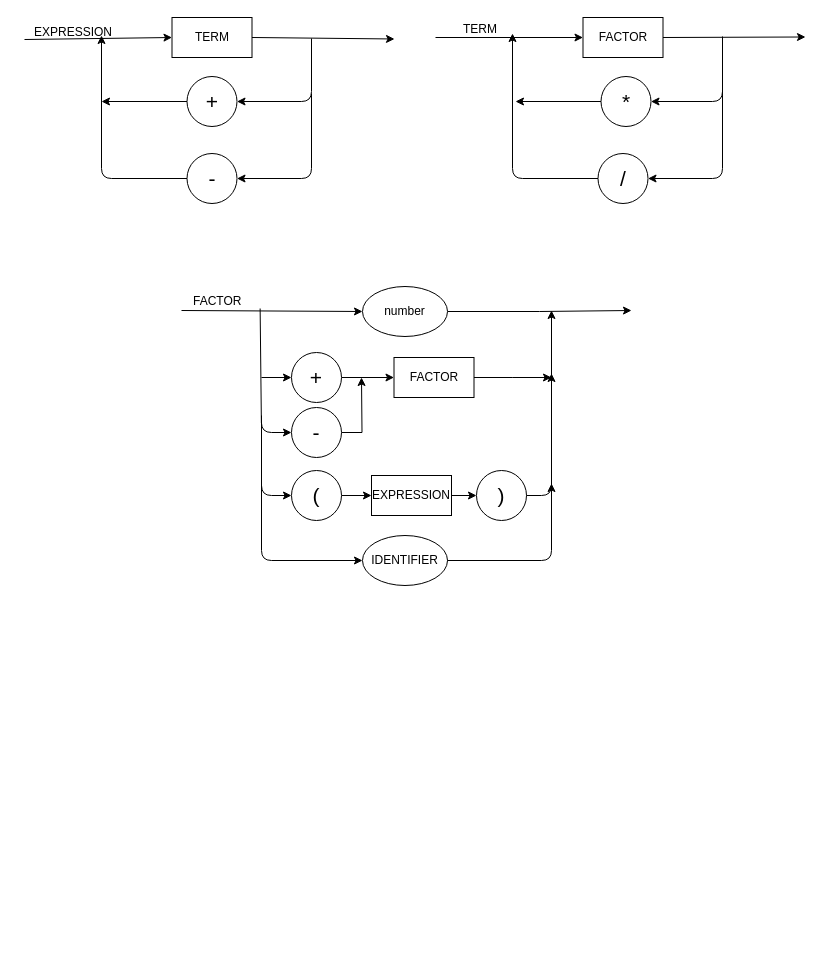
Before: diagrama-sintatico.drawio in GiuPassarelli/LogicaComp, a draw.io diagram. Source tidied: cells renumbered, new cells numbered last; positions are measured from the earlier drawing's top-left corner, leaving out a move shared by most shapes. Both pictures are drawn from the tidied source at 100%, with x=0, y=0 at pixel (24, 17).
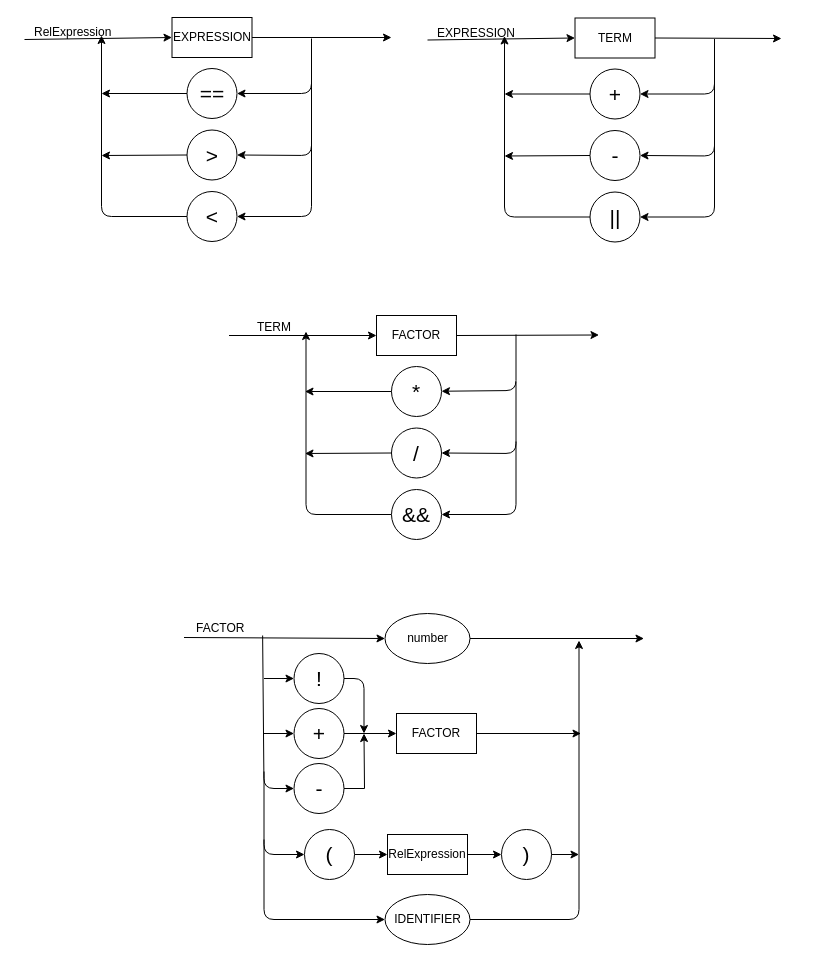
The same diagram, later.

Change to the diagram source:
```diff
@@
-    <mxCell id="2" style="edgeStyle=orthogonalEdgeStyle;rounded=0;jettySize=auto;html=1;exitX=1;exitY=0.5;exitDx=0;exitDy=0;" parent="1" edge="1" source="3">
-      <mxGeometry relative="1" as="geometry">
-        <mxPoint x="607" y="293" as="targetPoint" />
-      </mxGeometry>
-    </mxCell>
     <mxCell id="3" value="number" style="ellipse;whiteSpace=wrap;html=1;" parent="1" vertex="1">
-      <mxGeometry x="338" y="269" width="85" height="50" as="geometry" />
+      <mxGeometry x="360.5" y="596" width="85" height="50" as="geometry" />
     </mxCell>
-    <mxCell id="4" style="endArrow=classic;html=1;entryX=0;entryY=0.5;entryDx=0;entryDy=0;" parent="1" edge="1" target="23">
-      <mxGeometry relative="1" as="geometry">
-        <mxPoint x="411" y="20" as="sourcePoint" />
-      </mxGeometry>
-    </mxCell>
-    <mxCell id="5" style="endArrow=classic;html=1;entryX=0;entryY=0.5;entryDx=0;entryDy=0;exitX=1;exitY=0.5;exitDx=0;exitDy=0;" parent="1" edge="1" source="23">
-      <mxGeometry relative="1" as="geometry">
-        <mxPoint x="781" y="19.5" as="targetPoint" />
-      </mxGeometry>
-    </mxCell>
-    <mxCell id="6" style="endArrow=classic;html=1;" parent="1" edge="1" target="7">
-      <mxGeometry relative="1" as="geometry">
-        <mxPoint x="698" y="19" as="sourcePoint" />
-        <Array as="points">
-          <mxPoint x="698" y="84" />
-        </Array>
-      </mxGeometry>
-    </mxCell>
-    <mxCell id="7" value="&lt;div style=&quot;text-align: justify&quot;&gt;&lt;span&gt;&lt;font style=&quot;font-size: 21px&quot;&gt;*&lt;/font&gt;&lt;/span&gt;&lt;/div&gt;" style="ellipse;whiteSpace=wrap;html=1;" parent="1" vertex="1">
-      <mxGeometry x="576.5" y="59" width="50" height="50" as="geometry" />
-    </mxCell>
-    <mxCell id="8" value="&lt;div style=&quot;text-align: justify&quot;&gt;&lt;span&gt;&lt;font style=&quot;font-size: 21px&quot;&gt;/&lt;/font&gt;&lt;/span&gt;&lt;/div&gt;" style="ellipse;whiteSpace=wrap;html=1;" parent="1" vertex="1">
-      <mxGeometry x="573.5" y="136" width="50" height="50" as="geometry" />
-    </mxCell>
-    <mxCell id="9" style="endArrow=classic;html=1;entryX=1;entryY=0.5;entryDx=0;entryDy=0;" parent="1" edge="1" target="8">
-      <mxGeometry relative="1" as="geometry">
-        <mxPoint x="698" y="66" as="sourcePoint" />
-        <Array as="points">
-          <mxPoint x="698" y="161" />
-        </Array>
-      </mxGeometry>
-    </mxCell>
-    <mxCell id="10" style="endArrow=classic;html=1;exitX=0;exitY=0.5;exitDx=0;exitDy=0;" parent="1" edge="1" source="8">
-      <mxGeometry relative="1" as="geometry">
-        <mxPoint x="488" y="16" as="targetPoint" />
-        <Array as="points">
-          <mxPoint x="488" y="161" />
-        </Array>
-      </mxGeometry>
-    </mxCell>
-    <mxCell id="11" style="endArrow=classic;html=1;exitX=0;exitY=0.5;exitDx=0;exitDy=0;" parent="1" edge="1" source="7">
-      <mxGeometry relative="1" as="geometry">
-        <mxPoint x="491" y="84" as="targetPoint" />
-      </mxGeometry>
-    </mxCell>
@@
-    <mxCell id="13" style="endArrow=classic;html=1;entryX=0;entryY=0.5;entryDx=0;entryDy=0;exitX=1;exitY=0.5;exitDx=0;exitDy=0;" parent="1" edge="1" source="22">
+    <mxCell id="13" style="endArrow=classic;html=1;exitX=1;exitY=0.5;exitDx=0;exitDy=0;" parent="1" edge="1" source="22">
       <mxGeometry relative="1" as="geometry">
-        <mxPoint x="370" y="21.5" as="targetPoint" />
+        <mxPoint x="367" y="20" as="targetPoint" />
       </mxGeometry>
     </mxCell>
     <mxCell id="14" style="endArrow=classic;html=1;" parent="1" edge="1" target="15">
       <mxGeometry relative="1" as="geometry">
         <mxPoint x="287" y="21" as="sourcePoint" />
         <Array as="points">
-          <mxPoint x="287" y="84" />
+          <mxPoint x="287" y="76" />
         </Array>
       </mxGeometry>
     </mxCell>
-    <mxCell id="15" value="&lt;div style=&quot;text-align: justify&quot;&gt;&lt;span&gt;&lt;font style=&quot;font-size: 21px&quot;&gt;+&lt;/font&gt;&lt;/span&gt;&lt;/div&gt;" style="ellipse;whiteSpace=wrap;html=1;" parent="1" vertex="1">
-      <mxGeometry x="162.5" y="59" width="50" height="50" as="geometry" />
+    <mxCell id="15" value="&lt;div style=&quot;text-align: justify&quot;&gt;&lt;span&gt;&lt;font style=&quot;font-size: 21px&quot;&gt;==&lt;/font&gt;&lt;/span&gt;&lt;/div&gt;" style="ellipse;whiteSpace=wrap;html=1;" parent="1" vertex="1">
+      <mxGeometry x="162.5" y="51" width="50" height="50" as="geometry" />
     </mxCell>
-    <mxCell id="16" value="&lt;div style=&quot;text-align: justify&quot;&gt;&lt;span&gt;&lt;font style=&quot;font-size: 21px&quot;&gt;-&lt;/font&gt;&lt;/span&gt;&lt;/div&gt;" style="ellipse;whiteSpace=wrap;html=1;" parent="1" vertex="1">
-      <mxGeometry x="162.5" y="136" width="50" height="50" as="geometry" />
+    <mxCell id="16" value="&lt;div style=&quot;text-align: justify&quot;&gt;&lt;span&gt;&lt;font style=&quot;font-size: 21px&quot;&gt;&amp;gt;&lt;/font&gt;&lt;/span&gt;&lt;/div&gt;" style="ellipse;whiteSpace=wrap;html=1;" parent="1" vertex="1">
+      <mxGeometry x="162.5" y="112.5" width="50" height="50" as="geometry" />
     </mxCell>
     <mxCell id="17" style="endArrow=classic;html=1;entryX=1;entryY=0.5;entryDx=0;entryDy=0;" parent="1" edge="1" target="16">
       <mxGeometry relative="1" as="geometry">
-        <mxPoint x="287" y="76" as="sourcePoint" />
+        <mxPoint x="287" y="56" as="sourcePoint" />
         <Array as="points">
-          <mxPoint x="287" y="161" />
+          <mxPoint x="287" y="138" />
         </Array>
       </mxGeometry>
     </mxCell>
-    <mxCell id="18" style="endArrow=classic;html=1;exitX=0;exitY=0.5;exitDx=0;exitDy=0;" parent="1" edge="1" source="16">
+    <mxCell id="18" style="endArrow=classic;html=1;exitX=0;exitY=0.5;exitDx=0;exitDy=0;" parent="1" edge="1" source="46">
       <mxGeometry relative="1" as="geometry">
         <mxPoint x="77" y="18" as="targetPoint" />
         <Array as="points">
-          <mxPoint x="77" y="161" />
+          <mxPoint x="77" y="199" />
         </Array>
       </mxGeometry>
     </mxCell>
     <mxCell id="19" style="endArrow=classic;html=1;exitX=0;exitY=0.5;exitDx=0;exitDy=0;" parent="1" edge="1" source="15">
       <mxGeometry relative="1" as="geometry">
-        <mxPoint x="77" y="84" as="targetPoint" />
+        <mxPoint x="77" y="76" as="targetPoint" />
       </mxGeometry>
     </mxCell>
-    <mxCell id="20" value="EXPRESSION" style="text;html=1;align=left;verticalAlign=top;spacingTop=-4;" parent="1" vertex="1">
+    <mxCell id="20" value="RelExpression" style="text;html=1;align=left;verticalAlign=top;spacingTop=-4;" parent="1" vertex="1">
       <mxGeometry x="8" y="5" width="90" height="20" as="geometry" />
     </mxCell>
-    <mxCell id="21" value="TERM" style="text;html=1;align=left;verticalAlign=top;spacingTop=-4;" parent="1" vertex="1">
-      <mxGeometry x="437" y="2" width="50" height="20" as="geometry" />
-    </mxCell>
-    <mxCell id="22" value="TERM" style="rounded=0;whiteSpace=wrap;html=1;" parent="1" vertex="1">
+    <mxCell id="22" value="EXPRESSION" style="rounded=0;whiteSpace=wrap;html=1;" parent="1" vertex="1">
       <mxGeometry x="147.5" width="80" height="40" as="geometry" />
     </mxCell>
-    <mxCell id="23" value="FACTOR" style="rounded=0;whiteSpace=wrap;html=1;" parent="1" vertex="1">
-      <mxGeometry x="558.5" width="80" height="40" as="geometry" />
-    </mxCell>
     <mxCell id="24" style="endArrow=classic;html=1;entryX=0;entryY=0.5;entryDx=0;entryDy=0;" parent="1" edge="1" target="3">
       <mxGeometry relative="1" as="geometry">
-        <mxPoint x="157" y="293" as="sourcePoint" />
+        <mxPoint x="159.5" y="620" as="sourcePoint" />
       </mxGeometry>
     </mxCell>
     <mxCell id="25" value="FACTOR" style="text;html=1;points=[];align=left;verticalAlign=top;spacingTop=-4;" parent="1" vertex="1">
-      <mxGeometry x="167" y="274" width="60" height="20" as="geometry" />
+      <mxGeometry x="169.5" y="601" width="60" height="20" as="geometry" />
     </mxCell>
-    <mxCell id="26" style="edgeStyle=orthogonalEdgeStyle;rounded=0;jettySize=auto;html=1;exitX=1;exitY=0.5;exitDx=0;exitDy=0;" parent="1" edge="1" source="27">
-      <mxGeometry relative="1" as="geometry">
-        <mxPoint x="527" y="360" as="targetPoint" />
-      </mxGeometry>
-    </mxCell>
     <mxCell id="27" value="FACTOR" style="rounded=0;whiteSpace=wrap;html=1;" parent="1" vertex="1">
-      <mxGeometry x="369.5" y="340" width="80" height="40" as="geometry" />
+      <mxGeometry x="372" y="696" width="80" height="40" as="geometry" />
     </mxCell>
@@
-    <mxCell id="29" value="EXPRESSION" style="rounded=0;whiteSpace=wrap;html=1;" parent="1" vertex="1">
-      <mxGeometry x="347" y="458" width="80" height="40" as="geometry" />
+    <mxCell id="29" value="RelExpression" style="rounded=0;whiteSpace=wrap;html=1;" parent="1" vertex="1">
+      <mxGeometry x="363" y="817" width="80" height="40" as="geometry" />
     </mxCell>
@@
     <mxCell id="31" value="&lt;div style=&quot;text-align: justify&quot;&gt;&lt;span&gt;&lt;font style=&quot;font-size: 21px&quot;&gt;+&lt;/font&gt;&lt;/span&gt;&lt;/div&gt;" style="ellipse;whiteSpace=wrap;html=1;" parent="1" vertex="1">
-      <mxGeometry x="267" y="335" width="50" height="50" as="geometry" />
+      <mxGeometry x="269.5" y="691" width="50" height="50" as="geometry" />
     </mxCell>
     <mxCell id="32" style="edgeStyle=orthogonalEdgeStyle;rounded=0;jettySize=auto;html=1;exitX=1;exitY=0.5;exitDx=0;exitDy=0;" parent="1" edge="1" source="33">
       <mxGeometry relative="1" as="geometry">
-        <mxPoint x="337" y="360" as="targetPoint" />
+        <mxPoint x="339.5" y="716" as="targetPoint" />
       </mxGeometry>
     </mxCell>
     <mxCell id="33" value="&lt;div style=&quot;text-align: justify&quot;&gt;&lt;span&gt;&lt;font style=&quot;font-size: 21px&quot;&gt;-&lt;/font&gt;&lt;/span&gt;&lt;/div&gt;" style="ellipse;whiteSpace=wrap;html=1;" parent="1" vertex="1">
-      <mxGeometry x="267" y="390" width="50" height="50" as="geometry" />
+      <mxGeometry x="269.5" y="746" width="50" height="50" as="geometry" />
     </mxCell>
@@
     <mxCell id="35" value="&lt;div style=&quot;text-align: justify&quot;&gt;&lt;span&gt;&lt;font style=&quot;font-size: 21px&quot;&gt;(&lt;/font&gt;&lt;/span&gt;&lt;/div&gt;" style="ellipse;whiteSpace=wrap;html=1;" parent="1" vertex="1">
-      <mxGeometry x="267" y="453" width="50" height="50" as="geometry" />
+      <mxGeometry x="280" y="812" width="50" height="50" as="geometry" />
     </mxCell>
-    <mxCell id="36" style="edgeStyle=orthogonalEdgeStyle;rounded=0;orthogonalLoop=1;jettySize=auto;html=1;" parent="1" edge="1">
-      <mxGeometry relative="1" as="geometry">
-        <mxPoint x="527" y="366" as="sourcePoint" />
-        <mxPoint x="527" y="293" as="targetPoint" />
-      </mxGeometry>
-    </mxCell>
     <mxCell id="37" value="&lt;div style=&quot;text-align: justify&quot;&gt;&lt;span&gt;&lt;font style=&quot;font-size: 21px&quot;&gt;)&lt;/font&gt;&lt;/span&gt;&lt;/div&gt;" style="ellipse;whiteSpace=wrap;html=1;" parent="1" vertex="1">
-      <mxGeometry x="452" y="453" width="50" height="50" as="geometry" />
+      <mxGeometry x="477" y="812" width="50" height="50" as="geometry" />
     </mxCell>
     <mxCell id="38" style="endArrow=classic;html=1;entryX=0;entryY=0.5;entryDx=0;entryDy=0;" parent="1" edge="1" target="31">
       <mxGeometry relative="1" as="geometry">
-        <mxPoint x="237" y="360" as="sourcePoint" />
+        <mxPoint x="239.5" y="716" as="sourcePoint" />
       </mxGeometry>
     </mxCell>
     <mxCell id="39" style="endArrow=classic;html=1;entryX=0;entryY=0.5;entryDx=0;entryDy=0;exitX=1.144;exitY=0.85;exitDx=0;exitDy=0;exitPerimeter=0;" parent="1" edge="1" source="25" target="33">
       <mxGeometry relative="1" as="geometry">
         <Array as="points">
-          <mxPoint x="237" y="415" />
+          <mxPoint x="239.5" y="771" />
         </Array>
       </mxGeometry>
     </mxCell>
     <mxCell id="40" style="endArrow=classic;html=1;entryX=0;entryY=0.5;entryDx=0;entryDy=0;" parent="1" edge="1" target="35">
       <mxGeometry relative="1" as="geometry">
-        <mxPoint x="237" y="398" as="sourcePoint" />
+        <mxPoint x="239.5" y="754" as="sourcePoint" />
         <Array as="points">
-          <mxPoint x="237" y="478" />
+          <mxPoint x="239.5" y="837" />
         </Array>
       </mxGeometry>
     </mxCell>
     <mxCell id="41" style="endArrow=classic;html=1;entryX=0;entryY=0.5;entryDx=0;entryDy=0;" parent="1" edge="1" target="43">
       <mxGeometry relative="1" as="geometry">
-        <mxPoint x="237" y="463" as="sourcePoint" />
+        <mxPoint x="239.5" y="822" as="sourcePoint" />
         <Array as="points">
-          <mxPoint x="237" y="543" />
+          <mxPoint x="239.5" y="902" />
         </Array>
       </mxGeometry>
     </mxCell>
-    <mxCell id="42" style="endArrow=classic;html=1;exitX=1;exitY=0.5;exitDx=0;exitDy=0;" parent="1" edge="1" source="37">
-      <mxGeometry relative="1" as="geometry">
-        <mxPoint x="527" y="356" as="targetPoint" />
-        <Array as="points">
-          <mxPoint x="527" y="478" />
-        </Array>
-      </mxGeometry>
-    </mxCell>
     <mxCell id="43" value="IDENTIFIER" style="ellipse;whiteSpace=wrap;html=1;" parent="1" vertex="1">
-      <mxGeometry x="338" y="518" width="85" height="50" as="geometry" />
+      <mxGeometry x="360.5" y="877" width="85" height="50" as="geometry" />
     </mxCell>
-    <mxCell id="44" style="endArrow=classic;html=1;exitX=1;exitY=0.5;exitDx=0;exitDy=0;" parent="1" edge="1" source="43">
-      <mxGeometry relative="1" as="geometry">
-        <mxPoint x="527" y="466" as="targetPoint" />
-        <Array as="points">
-          <mxPoint x="527" y="543" />
-        </Array>
-      </mxGeometry>
-    </mxCell>
+    <mxCell id="45" style="endArrow=classic;html=1;entryX=1;entryY=0.5;entryDx=0;entryDy=0;" parent="1" edge="1" target="46">
+      <mxGeometry relative="1" as="geometry">
+        <mxPoint x="287" y="122" as="sourcePoint" />
+        <Array as="points">
+          <mxPoint x="287" y="199" />
+        </Array>
+      </mxGeometry>
+    </mxCell>
+    <mxCell id="46" value="&lt;div style=&quot;text-align: justify&quot;&gt;&lt;span&gt;&lt;font style=&quot;font-size: 21px&quot;&gt;&amp;lt;&lt;/font&gt;&lt;/span&gt;&lt;/div&gt;" style="ellipse;whiteSpace=wrap;html=1;" parent="1" vertex="1">
+      <mxGeometry x="162.5" y="174" width="50" height="50" as="geometry" />
+    </mxCell>
+    <mxCell id="47" style="endArrow=classic;html=1;exitX=0;exitY=0.5;exitDx=0;exitDy=0;" parent="1" edge="1" source="16">
+      <mxGeometry relative="1" as="geometry">
+        <mxPoint x="77" y="138" as="targetPoint" />
+      </mxGeometry>
+    </mxCell>
+    <mxCell id="48" value="&lt;div style=&quot;text-align: justify&quot;&gt;&lt;span&gt;&lt;font style=&quot;font-size: 21px&quot;&gt;!&lt;/font&gt;&lt;/span&gt;&lt;/div&gt;" style="ellipse;whiteSpace=wrap;html=1;" parent="1" vertex="1">
+      <mxGeometry x="269.5" y="636" width="50" height="50" as="geometry" />
+    </mxCell>
+    <mxCell id="49" style="endArrow=classic;html=1;exitX=1;exitY=0.5;exitDx=0;exitDy=0;" parent="1" edge="1" source="3">
+      <mxGeometry relative="1" as="geometry">
+        <mxPoint x="619.5" y="621" as="targetPoint" />
+      </mxGeometry>
+    </mxCell>
+    <mxCell id="50" style="endArrow=classic;html=1;exitX=1;exitY=0.5;exitDx=0;exitDy=0;" parent="1" edge="1" source="43">
+      <mxGeometry relative="1" as="geometry">
+        <mxPoint x="554.5" y="623" as="targetPoint" />
+        <Array as="points">
+          <mxPoint x="554.5" y="902" />
+        </Array>
+      </mxGeometry>
+    </mxCell>
+    <mxCell id="51" style="endArrow=classic;html=1;exitX=1;exitY=0.5;exitDx=0;exitDy=0;" parent="1" edge="1" source="37">
+      <mxGeometry relative="1" as="geometry">
+        <mxPoint x="554.5" y="837" as="targetPoint" />
+      </mxGeometry>
+    </mxCell>
+    <mxCell id="52" style="endArrow=classic;html=1;exitX=1;exitY=0.5;exitDx=0;exitDy=0;" parent="1" edge="1" source="27">
+      <mxGeometry relative="1" as="geometry">
+        <mxPoint x="556.5" y="716" as="targetPoint" />
+      </mxGeometry>
+    </mxCell>
+    <mxCell id="53" style="endArrow=classic;html=1;entryX=0;entryY=0.5;entryDx=0;entryDy=0;" parent="1" edge="1" target="48">
+      <mxGeometry relative="1" as="geometry">
+        <mxPoint x="239.5" y="661" as="sourcePoint" />
+      </mxGeometry>
+    </mxCell>
+    <mxCell id="54" style="endArrow=classic;html=1;exitX=1;exitY=0.5;exitDx=0;exitDy=0;" parent="1" edge="1" source="48">
+      <mxGeometry relative="1" as="geometry">
+        <mxPoint x="339.5" y="716" as="targetPoint" />
+        <Array as="points">
+          <mxPoint x="339.5" y="661" />
+        </Array>
+      </mxGeometry>
+    </mxCell>
+    <mxCell id="55" style="endArrow=classic;html=1;entryX=0;entryY=0.5;entryDx=0;entryDy=0;" parent="1" edge="1" target="23">
+      <mxGeometry relative="1" as="geometry">
+        <mxPoint x="204.5" y="318" as="sourcePoint" />
+      </mxGeometry>
+    </mxCell>
+    <mxCell id="56" style="endArrow=classic;html=1;entryX=0;entryY=0.5;entryDx=0;entryDy=0;exitX=1;exitY=0.5;exitDx=0;exitDy=0;" parent="1" edge="1" source="23">
+      <mxGeometry relative="1" as="geometry">
+        <mxPoint x="574.5" y="317.5" as="targetPoint" />
+      </mxGeometry>
+    </mxCell>
+    <mxCell id="57" style="endArrow=classic;html=1;" parent="1" edge="1" target="7">
+      <mxGeometry relative="1" as="geometry">
+        <mxPoint x="491.5" y="317" as="sourcePoint" />
+        <Array as="points">
+          <mxPoint x="491.5" y="373" />
+        </Array>
+      </mxGeometry>
+    </mxCell>
+    <mxCell id="7" value="&lt;div style=&quot;text-align: justify&quot;&gt;&lt;span&gt;&lt;font style=&quot;font-size: 21px&quot;&gt;*&lt;/font&gt;&lt;/span&gt;&lt;/div&gt;" style="ellipse;whiteSpace=wrap;html=1;" parent="1" vertex="1">
+      <mxGeometry x="367" y="349" width="50" height="50" as="geometry" />
+    </mxCell>
+    <mxCell id="8" value="&lt;div style=&quot;text-align: justify&quot;&gt;&lt;span&gt;&lt;font style=&quot;font-size: 21px&quot;&gt;/&lt;/font&gt;&lt;/span&gt;&lt;/div&gt;" style="ellipse;whiteSpace=wrap;html=1;" parent="1" vertex="1">
+      <mxGeometry x="367" y="410.5" width="50" height="50" as="geometry" />
+    </mxCell>
+    <mxCell id="58" style="endArrow=classic;html=1;entryX=1;entryY=0.5;entryDx=0;entryDy=0;" parent="1" edge="1" target="8">
+      <mxGeometry relative="1" as="geometry">
+        <mxPoint x="491.5" y="364" as="sourcePoint" />
+        <Array as="points">
+          <mxPoint x="491.5" y="436" />
+        </Array>
+      </mxGeometry>
+    </mxCell>
+    <mxCell id="59" style="endArrow=classic;html=1;exitX=0;exitY=0.5;exitDx=0;exitDy=0;" parent="1" edge="1" source="61">
+      <mxGeometry relative="1" as="geometry">
+        <mxPoint x="281.5" y="314" as="targetPoint" />
+        <Array as="points">
+          <mxPoint x="281.5" y="497" />
+        </Array>
+      </mxGeometry>
+    </mxCell>
+    <mxCell id="60" style="endArrow=classic;html=1;exitX=0;exitY=0.5;exitDx=0;exitDy=0;" parent="1" edge="1" source="7">
+      <mxGeometry relative="1" as="geometry">
+        <mxPoint x="280.5" y="374" as="targetPoint" />
+      </mxGeometry>
+    </mxCell>
+    <mxCell id="21" value="TERM" style="text;html=1;align=left;verticalAlign=top;spacingTop=-4;" parent="1" vertex="1">
+      <mxGeometry x="230.5" y="300" width="50" height="20" as="geometry" />
+    </mxCell>
+    <mxCell id="23" value="FACTOR" style="rounded=0;whiteSpace=wrap;html=1;" parent="1" vertex="1">
+      <mxGeometry x="352" y="298" width="80" height="40" as="geometry" />
+    </mxCell>
+    <mxCell id="61" value="&lt;div style=&quot;text-align: justify&quot;&gt;&lt;span&gt;&lt;font style=&quot;font-size: 21px&quot;&gt;&amp;amp;&amp;amp;&lt;/font&gt;&lt;/span&gt;&lt;/div&gt;" style="ellipse;whiteSpace=wrap;html=1;" parent="1" vertex="1">
+      <mxGeometry x="367" y="472" width="50" height="50" as="geometry" />
+    </mxCell>
+    <mxCell id="62" style="endArrow=classic;html=1;exitX=0;exitY=0.5;exitDx=0;exitDy=0;" parent="1" edge="1" source="8">
+      <mxGeometry relative="1" as="geometry">
+        <mxPoint x="280.5" y="436" as="targetPoint" />
+      </mxGeometry>
+    </mxCell>
+    <mxCell id="63" style="endArrow=classic;html=1;entryX=1;entryY=0.5;entryDx=0;entryDy=0;" parent="1" edge="1" target="61">
+      <mxGeometry relative="1" as="geometry">
+        <mxPoint x="491.5" y="424" as="sourcePoint" />
+        <Array as="points">
+          <mxPoint x="491.5" y="497" />
+        </Array>
+      </mxGeometry>
+    </mxCell>
+    <mxCell id="64" style="endArrow=classic;html=1;entryX=0;entryY=0.5;entryDx=0;entryDy=0;" parent="1" edge="1" target="72">
+      <mxGeometry relative="1" as="geometry">
+        <mxPoint x="403" y="22.5" as="sourcePoint" />
+      </mxGeometry>
+    </mxCell>
+    <mxCell id="65" style="endArrow=classic;html=1;" parent="1" edge="1" target="66">
+      <mxGeometry relative="1" as="geometry">
+        <mxPoint x="690" y="21.5" as="sourcePoint" />
+        <Array as="points">
+          <mxPoint x="690" y="76.5" />
+        </Array>
+      </mxGeometry>
+    </mxCell>
+    <mxCell id="66" value="&lt;div style=&quot;text-align: justify&quot;&gt;&lt;span&gt;&lt;font style=&quot;font-size: 21px&quot;&gt;+&lt;/font&gt;&lt;/span&gt;&lt;/div&gt;" style="ellipse;whiteSpace=wrap;html=1;" parent="1" vertex="1">
+      <mxGeometry x="565.5" y="51.5" width="50" height="50" as="geometry" />
+    </mxCell>
+    <mxCell id="67" value="&lt;div style=&quot;text-align: justify&quot;&gt;&lt;span&gt;&lt;font style=&quot;font-size: 21px&quot;&gt;-&lt;/font&gt;&lt;/span&gt;&lt;/div&gt;" style="ellipse;whiteSpace=wrap;html=1;" parent="1" vertex="1">
+      <mxGeometry x="565.5" y="113" width="50" height="50" as="geometry" />
+    </mxCell>
+    <mxCell id="68" style="endArrow=classic;html=1;entryX=1;entryY=0.5;entryDx=0;entryDy=0;" parent="1" edge="1" target="67">
+      <mxGeometry relative="1" as="geometry">
+        <mxPoint x="690" y="56.5" as="sourcePoint" />
+        <Array as="points">
+          <mxPoint x="690" y="138.5" />
+        </Array>
+      </mxGeometry>
+    </mxCell>
+    <mxCell id="69" style="endArrow=classic;html=1;exitX=0;exitY=0.5;exitDx=0;exitDy=0;" parent="1" edge="1" source="74">
+      <mxGeometry relative="1" as="geometry">
+        <mxPoint x="480" y="18.5" as="targetPoint" />
+        <Array as="points">
+          <mxPoint x="480" y="199.5" />
+        </Array>
+      </mxGeometry>
+    </mxCell>
+    <mxCell id="70" style="endArrow=classic;html=1;exitX=0;exitY=0.5;exitDx=0;exitDy=0;" parent="1" edge="1" source="66">
+      <mxGeometry relative="1" as="geometry">
+        <mxPoint x="480" y="76.5" as="targetPoint" />
+      </mxGeometry>
+    </mxCell>
+    <mxCell id="71" value="EXPRESSION" style="text;html=1;align=left;verticalAlign=top;spacingTop=-4;" parent="1" vertex="1">
+      <mxGeometry x="411" y="5.5" width="90" height="20" as="geometry" />
+    </mxCell>
+    <mxCell id="72" value="TERM" style="rounded=0;whiteSpace=wrap;html=1;" parent="1" vertex="1">
+      <mxGeometry x="550.5" y="0.5" width="80" height="40" as="geometry" />
+    </mxCell>
+    <mxCell id="73" style="endArrow=classic;html=1;entryX=1;entryY=0.5;entryDx=0;entryDy=0;" parent="1" edge="1" target="74">
+      <mxGeometry relative="1" as="geometry">
+        <mxPoint x="690" y="122.5" as="sourcePoint" />
+        <Array as="points">
+          <mxPoint x="690" y="199.5" />
+        </Array>
+      </mxGeometry>
+    </mxCell>
+    <mxCell id="74" value="&lt;div style=&quot;text-align: justify&quot;&gt;&lt;span&gt;&lt;font style=&quot;font-size: 21px&quot;&gt;||&lt;/font&gt;&lt;/span&gt;&lt;/div&gt;" style="ellipse;whiteSpace=wrap;html=1;" parent="1" vertex="1">
+      <mxGeometry x="565.5" y="174.5" width="50" height="50" as="geometry" />
+    </mxCell>
+    <mxCell id="75" style="endArrow=classic;html=1;exitX=0;exitY=0.5;exitDx=0;exitDy=0;" parent="1" edge="1" source="67">
+      <mxGeometry relative="1" as="geometry">
+        <mxPoint x="480" y="138.5" as="targetPoint" />
+      </mxGeometry>
+    </mxCell>
+    <mxCell id="76" style="endArrow=classic;html=1;exitX=1;exitY=0.5;exitDx=0;exitDy=0;" parent="1" edge="1" source="72">
+      <mxGeometry relative="1" as="geometry">
+        <mxPoint x="757" y="21" as="targetPoint" />
+      </mxGeometry>
+    </mxCell>
```
